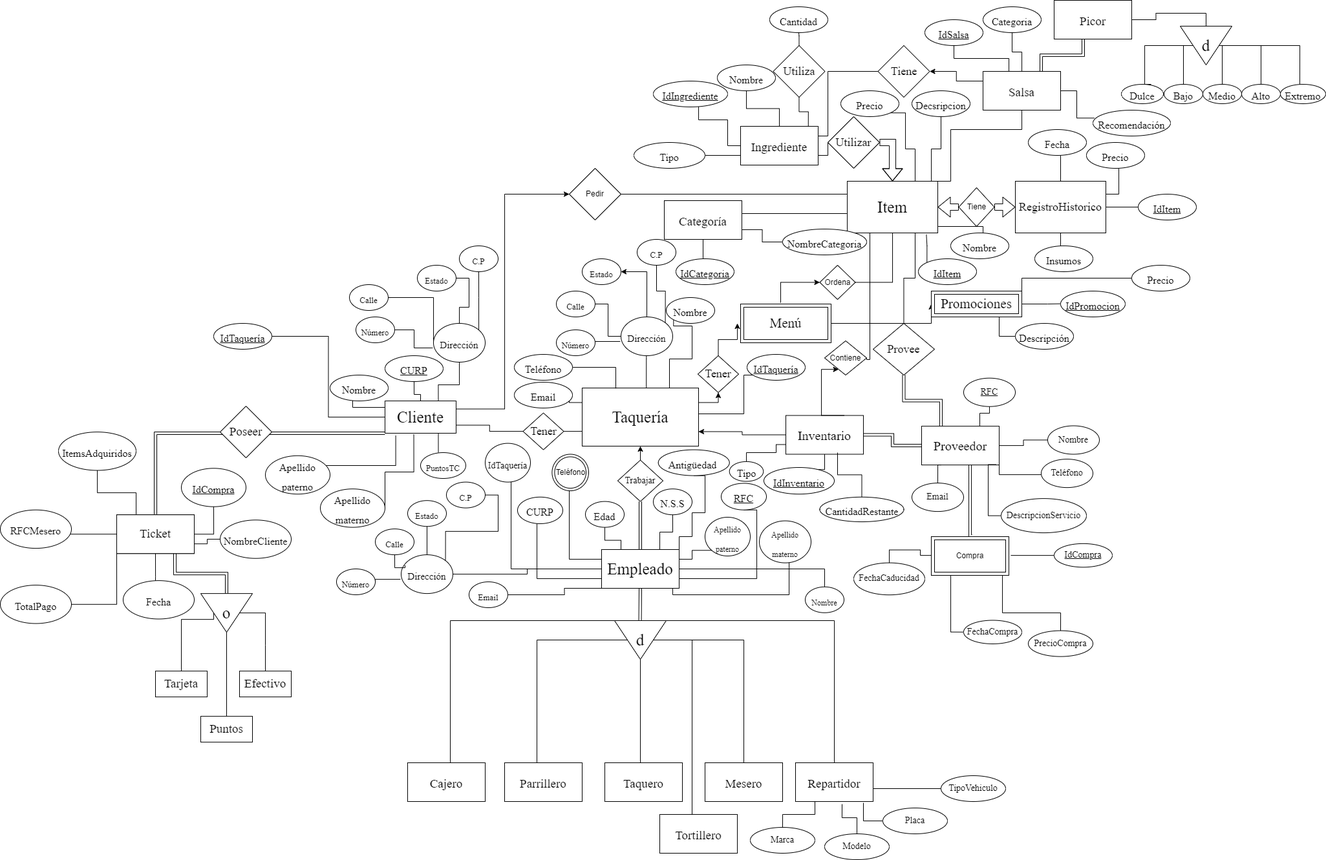
DavidHdezU/FundamentosBasesDeDatosPracticas keeps this draw.io diagram as ProyectoFinal_DVDSJ/Diagramas/TacoRiendo_Entidad-Relacion_V2.drawio.png. Above is the earlier version. Source tidied: cells renumbered, new cells last; positions are measured from the earlier drawing's top-left corner, leaving out a move shared by most shapes.
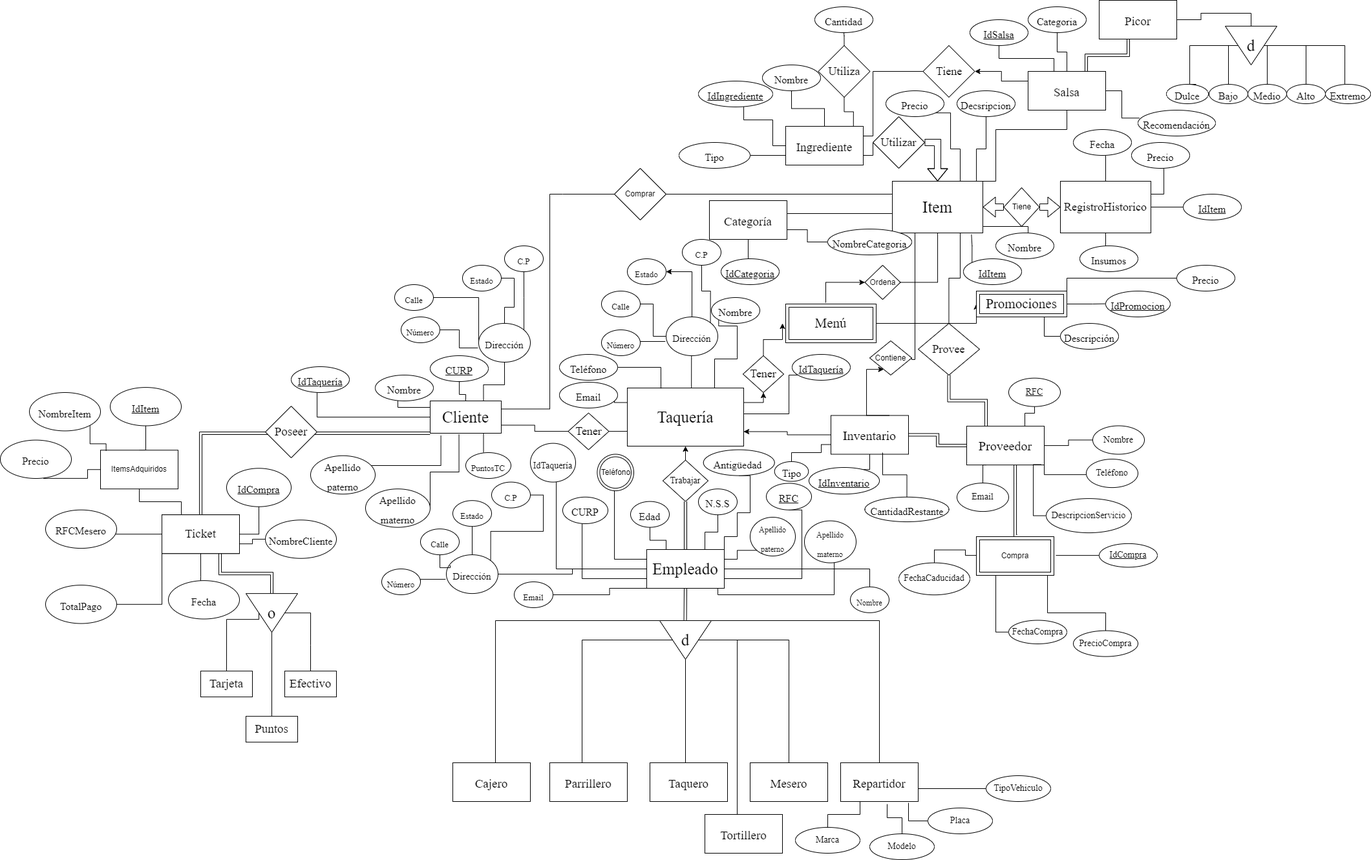
The same diagram one commit later.

The edit, as a diff of the source:
```diff
@@ -271,7 +271,11 @@
       </mxGeometry>
     </mxCell>
     <mxCell id="65" style="edgeStyle=orthogonalEdgeStyle;rounded=0;jettySize=auto;html=1;entryX=1;entryY=0.5;entryDx=0;entryDy=0;fontFamily=Times New Roman;fontSize=14;endArrow=none;endFill=0;" parent="1" edge="1" source="69" target="90">
-      <mxGeometry relative="1" as="geometry" />
+      <mxGeometry relative="1" as="geometry">
+        <Array as="points">
+          <mxPoint x="420" y="645" />
+        </Array>
+      </mxGeometry>
     </mxCell>
     <mxCell id="66" style="edgeStyle=orthogonalEdgeStyle;rounded=0;jettySize=auto;html=1;fontFamily=Times New Roman;fontSize=19;endArrow=none;endFill=0;shape=link;" parent="1" edge="1" source="69">
       <mxGeometry relative="1" as="geometry">
@@ -282,9 +286,9 @@
         </Array>
       </mxGeometry>
     </mxCell>
-    <mxCell id="67" style="edgeStyle=orthogonalEdgeStyle;rounded=0;jettySize=auto;html=1;exitX=1;exitY=0.25;exitDx=0;exitDy=0;endArrow=classic;endFill=1;" parent="1" edge="1" source="69">
+    <mxCell id="67" style="edgeStyle=orthogonalEdgeStyle;rounded=0;jettySize=auto;html=1;exitX=1;exitY=0.25;exitDx=0;exitDy=0;endArrow=none;endFill=0;" parent="1" edge="1" source="69">
       <mxGeometry relative="1" as="geometry">
-        <mxPoint x="880" y="300" as="targetPoint" />
+        <mxPoint x="800" y="300" as="targetPoint" />
         <Array as="points">
           <mxPoint x="780" y="633" />
           <mxPoint x="780" y="300" />
@@ -390,7 +394,7 @@
       <mxGeometry x="710" y="380" width="60" height="40" as="geometry" />
     </mxCell>
     <mxCell id="90" value="&lt;font style=&quot;font-size: 16px;&quot;&gt;&lt;u&gt;IdTaquería&lt;/u&gt;&lt;/font&gt;" style="ellipse;whiteSpace=wrap;html=1;fontSize=25;fontFamily=Times New Roman;rounded=0;" parent="1" vertex="1">
-      <mxGeometry x="330" y="500" width="90" height="40" as="geometry" />
+      <mxGeometry x="380" y="567" width="90" height="40" as="geometry" />
     </mxCell>
     <mxCell id="91" value="d" style="triangle;whiteSpace=wrap;html=1;fontFamily=Times New Roman;fontSize=25;direction=south;" parent="1" vertex="1">
       <mxGeometry x="950" y="960" width="80" height="60" as="geometry" />
@@ -732,11 +736,11 @@
     <mxCell id="167" value="o" style="triangle;whiteSpace=wrap;html=1;fontFamily=Times New Roman;fontSize=25;direction=south;" parent="1" vertex="1">
       <mxGeometry x="310" y="918.1" width="80" height="60" as="geometry" />
     </mxCell>
-    <mxCell id="168" style="edgeStyle=orthogonalEdgeStyle;rounded=0;jettySize=auto;html=1;fontFamily=Times New Roman;fontSize=18;endArrow=none;endFill=0;entryX=0.5;entryY=1;entryDx=0;entryDy=0;" parent="1" edge="1" source="169" target="193">
+    <mxCell id="168" style="edgeStyle=orthogonalEdgeStyle;rounded=0;jettySize=auto;html=1;entryX=0.5;entryY=1;entryDx=0;entryDy=0;startArrow=none;startFill=0;endArrow=none;endFill=0;strokeColor=default;" parent="1" edge="1" source="169" target="193">
       <mxGeometry relative="1" as="geometry">
         <Array as="points">
-          <mxPoint x="210" y="762.1" />
-          <mxPoint x="150" y="762.1" />
+          <mxPoint x="210" y="776" />
+          <mxPoint x="145" y="776" />
         </Array>
       </mxGeometry>
     </mxCell>
@@ -822,9 +826,6 @@
     <mxCell id="192" value="FechaCaducidad" style="ellipse;whiteSpace=wrap;html=1;fontFamily=Times New Roman;fontSize=14;" parent="1" vertex="1">
       <mxGeometry x="1320" y="870.6" width="110" height="49.6" as="geometry" />
     </mxCell>
-    <mxCell id="193" value="&lt;font style=&quot;font-size: 16px;&quot;&gt;ItemsAdquiridos&lt;/font&gt;" style="ellipse;whiteSpace=wrap;html=1;fontSize=25;fontFamily=Times New Roman;rounded=0;" parent="1" vertex="1">
-      <mxGeometry x="90" y="668.1" width="120" height="59.4" as="geometry" />
-    </mxCell>
     <mxCell id="194" style="edgeStyle=orthogonalEdgeStyle;rounded=0;jettySize=auto;html=1;fontFamily=Times New Roman;fontSize=18;endArrow=none;endFill=0;" parent="1" edge="1" source="198" target="201">
       <mxGeometry relative="1" as="geometry" />
     </mxCell>
@@ -970,7 +971,7 @@
     <mxCell id="226" value="&lt;span style=&quot;font-size: 16px;&quot;&gt;Precio&lt;/span&gt;" style="ellipse;whiteSpace=wrap;html=1;fontSize=25;fontFamily=Times New Roman;rounded=0;" parent="1" vertex="1">
       <mxGeometry x="1750" y="410" width="90" height="40" as="geometry" />
     </mxCell>
-    <mxCell id="227" value="Pedir" style="rhombus;whiteSpace=wrap;html=1;" parent="1" vertex="1">
+    <mxCell id="227" value="Comprar" style="rhombus;whiteSpace=wrap;html=1;" parent="1" vertex="1">
       <mxGeometry x="880" y="260" width="80" height="80" as="geometry" />
     </mxCell>
     <mxCell id="228" value="&lt;font style=&quot;font-size: 16px;&quot;&gt;NombreCategoria&lt;/font&gt;" style="ellipse;whiteSpace=wrap;html=1;fontSize=25;fontFamily=Times New Roman;rounded=0;" parent="1" vertex="1">
@@ -1064,5 +1065,31 @@
     <mxCell id="251" value="Menú" style="shape=ext;margin=3;double=1;whiteSpace=wrap;html=1;align=center;rounded=0;shadow=0;fontFamily=Times New Roman;fontSize=21;" parent="1" vertex="1">
       <mxGeometry x="1145" y="470" width="140" height="60" as="geometry" />
     </mxCell>
+    <mxCell id="252" style="edgeStyle=orthogonalEdgeStyle;rounded=0;jettySize=auto;html=1;startArrow=none;startFill=0;endArrow=none;endFill=0;strokeColor=default;entryX=0.605;entryY=0.998;entryDx=0;entryDy=0;entryPerimeter=0;" parent="1" edge="1" source="193" target="254">
+      <mxGeometry relative="1" as="geometry">
+        <Array as="points">
+          <mxPoint x="65" y="726" />
+          <mxPoint x="65" y="740" />
+        </Array>
+      </mxGeometry>
+    </mxCell>
+    <mxCell id="253" style="edgeStyle=orthogonalEdgeStyle;rounded=0;jettySize=auto;html=1;exitX=0.5;exitY=0;exitDx=0;exitDy=0;entryX=0.5;entryY=1;entryDx=0;entryDy=0;startArrow=none;startFill=0;endArrow=none;endFill=0;strokeColor=default;" parent="1" edge="1" source="193" target="255">
+      <mxGeometry relative="1" as="geometry" />
+    </mxCell>
+    <mxCell id="193" value="ItemsAdquiridos" style="rounded=0;whiteSpace=wrap;html=1;" parent="1" vertex="1">
+      <mxGeometry x="85" y="696.2" width="120" height="60" as="geometry" />
+    </mxCell>
+    <mxCell id="254" value="&lt;font style=&quot;font-size: 16px;&quot;&gt;Precio&lt;/font&gt;" style="ellipse;whiteSpace=wrap;html=1;fontSize=25;fontFamily=Times New Roman;rounded=0;" parent="1" vertex="1">
+      <mxGeometry x="-70" y="680.6" width="110" height="59.4" as="geometry" />
+    </mxCell>
+    <mxCell id="255" value="&lt;font style=&quot;font-size: 16px;&quot;&gt;&lt;u&gt;IdItem&lt;/u&gt;&lt;/font&gt;" style="ellipse;whiteSpace=wrap;html=1;fontSize=25;fontFamily=Times New Roman;rounded=0;" parent="1" vertex="1">
+      <mxGeometry x="100" y="599.1" width="110" height="59.4" as="geometry" />
+    </mxCell>
+    <mxCell id="256" style="edgeStyle=orthogonalEdgeStyle;rounded=0;jettySize=auto;html=1;exitX=1;exitY=1;exitDx=0;exitDy=0;entryX=0.072;entryY=0.016;entryDx=0;entryDy=0;entryPerimeter=0;startArrow=none;startFill=0;endArrow=none;endFill=0;strokeColor=default;" parent="1" edge="1" source="257" target="193">
+      <mxGeometry relative="1" as="geometry" />
+    </mxCell>
+    <mxCell id="257" value="&lt;font style=&quot;font-size: 16px;&quot;&gt;NombreItem&lt;/font&gt;" style="ellipse;whiteSpace=wrap;html=1;fontSize=25;fontFamily=Times New Roman;rounded=0;" parent="1" vertex="1">
+      <mxGeometry x="-25" y="607" width="110" height="59.4" as="geometry" />
+    </mxCell>
   </root>
 </mxGraphModel>
```
